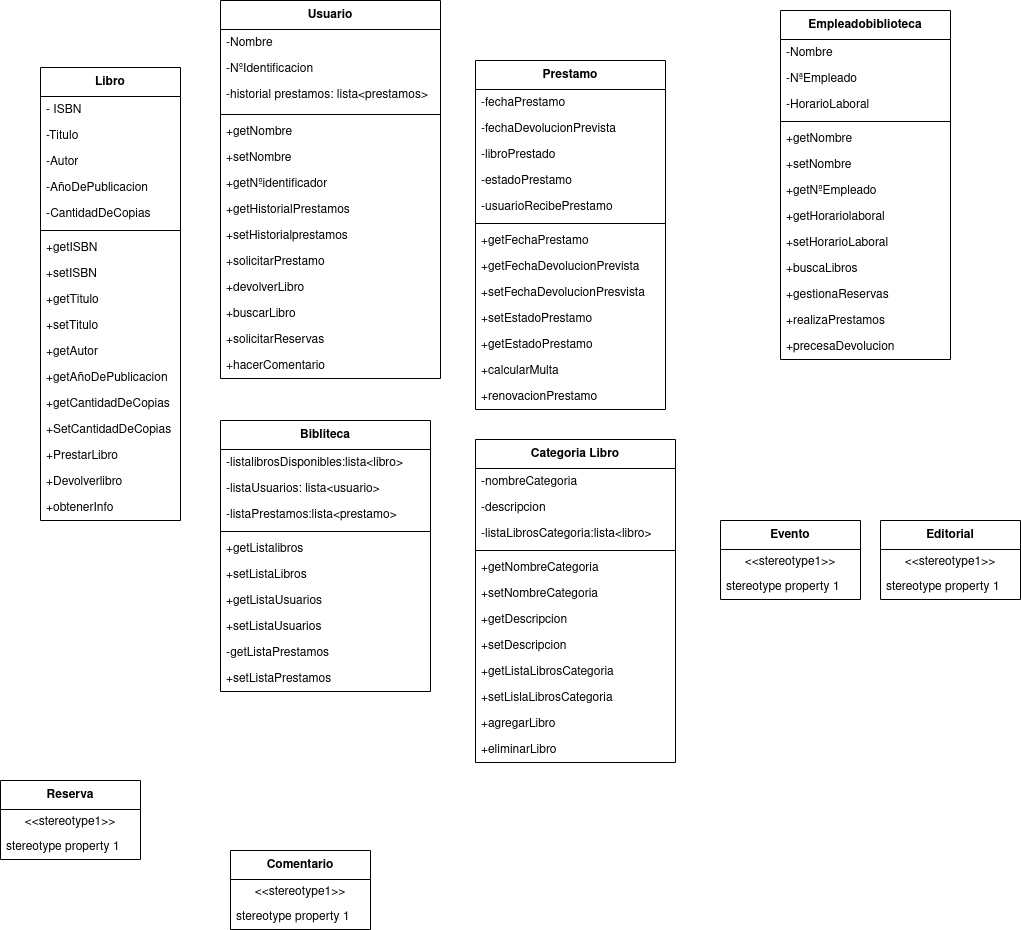
Earlier version of the draw.io export practicas/DiagramaDeClasesProyecto.png (adogonz23/programacion). Source tidied: cells renumbered, new cells last; positions are measured from the earlier drawing's top-left corner, leaving out a move shared by most shapes.
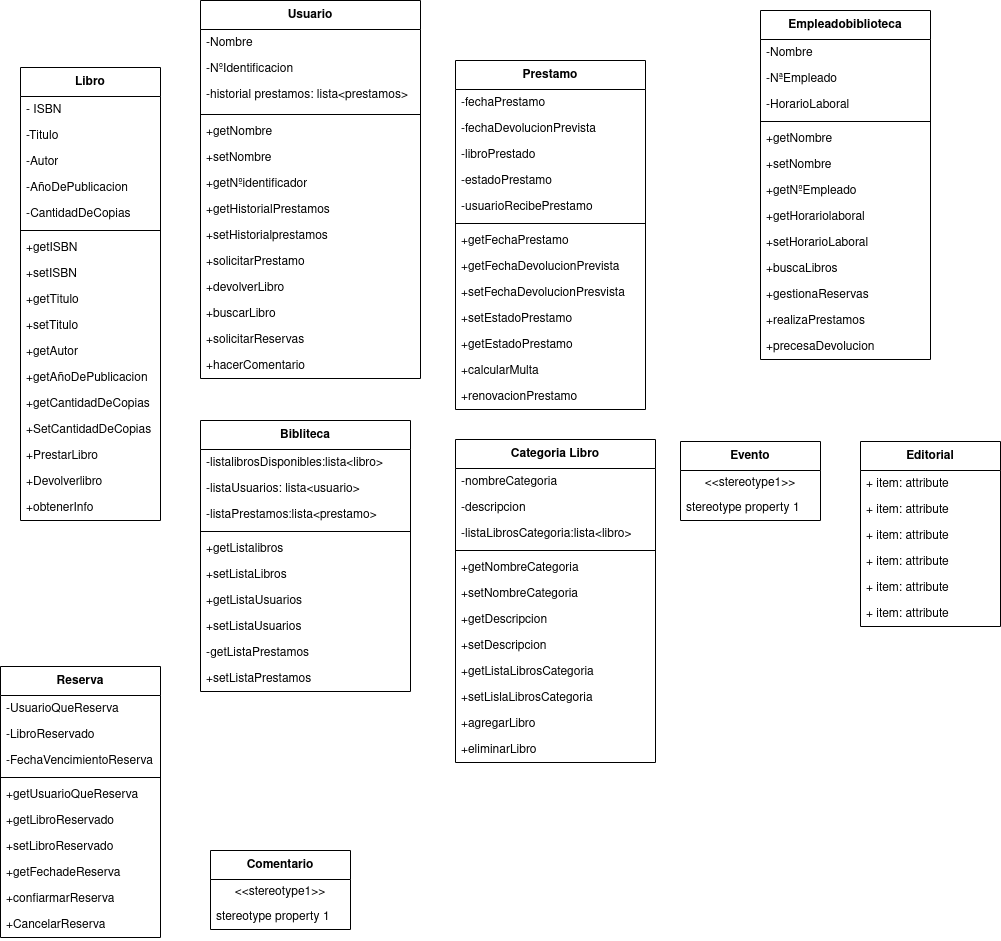
Later version of the same file.

The edit, as a diff of the source:
```diff
@@ -177,14 +177,38 @@
       <mxGeometry y="427" width="140" height="26" as="geometry" />
     </mxCell>
     <mxCell id="60" value="Reserva" style="swimlane;fontStyle=1;align=center;verticalAlign=middle;horizontal=1;startSize=29;html=1;whiteSpace=wrap;" parent="1" vertex="1">
-      <mxGeometry y="780" width="140" height="79" as="geometry" />
+      <mxGeometry x="20" y="666" width="160" height="271" as="geometry" />
     </mxCell>
-    <mxCell id="61" value="&amp;lt;&amp;lt;stereotype1&amp;gt;&amp;gt;" style="text;html=1;strokeColor=none;fillColor=none;align=center;verticalAlign=middle;spacingLeft=4;spacingRight=4;overflow=hidden;whiteSpace=wrap;" parent="60" vertex="1">
-      <mxGeometry y="29" width="140" height="25" as="geometry" />
-    </mxCell>
-    <mxCell id="62" value="stereotype property 1" style="text;html=1;strokeColor=none;fillColor=none;align=left;verticalAlign=middle;spacingLeft=4;spacingRight=4;overflow=hidden;whiteSpace=wrap;" parent="60" vertex="1">
-      <mxGeometry y="54" width="140" height="25" as="geometry" />
-    </mxCell>
+    <mxCell id="99" value="-UsuarioQueReserva" style="text;strokeColor=none;fillColor=none;align=left;verticalAlign=top;spacingLeft=4;spacingRight=4;overflow=hidden;whiteSpace=wrap;html=1;" parent="60" vertex="1">
+      <mxGeometry y="29" width="160" height="26" as="geometry" />
+    </mxCell>
+    <mxCell id="100" value="-LibroReservado" style="text;strokeColor=none;fillColor=none;align=left;verticalAlign=top;spacingLeft=4;spacingRight=4;overflow=hidden;whiteSpace=wrap;html=1;" parent="60" vertex="1">
+      <mxGeometry y="55" width="160" height="26" as="geometry" />
+    </mxCell>
+    <mxCell id="101" value="-FechaVencimientoReserva" style="text;strokeColor=none;fillColor=none;align=left;verticalAlign=top;spacingLeft=4;spacingRight=4;overflow=hidden;whiteSpace=wrap;html=1;" parent="60" vertex="1">
+      <mxGeometry y="81" width="160" height="26" as="geometry" />
+    </mxCell>
+    <mxCell id="102" style="line;strokeWidth=1;fillColor=none;align=left;verticalAlign=middle;spacingTop=-1;spacingLeft=3;spacingRight=3;labelPosition=right;strokeColor=inherit;" parent="60" vertex="1">
+      <mxGeometry y="107" width="160" height="8" as="geometry" />
+    </mxCell>
+    <mxCell id="103" value="+getUsuarioQueReserva" style="text;strokeColor=none;fillColor=none;align=left;verticalAlign=top;spacingLeft=4;spacingRight=4;overflow=hidden;whiteSpace=wrap;html=1;" parent="60" vertex="1">
+      <mxGeometry y="115" width="160" height="26" as="geometry" />
+    </mxCell>
+    <mxCell id="104" value="+getLibroReservado" style="text;strokeColor=none;fillColor=none;align=left;verticalAlign=top;spacingLeft=4;spacingRight=4;overflow=hidden;whiteSpace=wrap;html=1;" parent="60" vertex="1">
+      <mxGeometry y="141" width="160" height="26" as="geometry" />
+    </mxCell>
+    <mxCell id="105" value="+setLibroReservado" style="text;strokeColor=none;fillColor=none;align=left;verticalAlign=top;spacingLeft=4;spacingRight=4;overflow=hidden;whiteSpace=wrap;html=1;" parent="60" vertex="1">
+      <mxGeometry y="167" width="160" height="26" as="geometry" />
+    </mxCell>
+    <mxCell id="106" value="+getFechadeReserva" style="text;strokeColor=none;fillColor=none;align=left;verticalAlign=top;spacingLeft=4;spacingRight=4;overflow=hidden;whiteSpace=wrap;html=1;" parent="60" vertex="1">
+      <mxGeometry y="193" width="160" height="26" as="geometry" />
+    </mxCell>
+    <mxCell id="107" value="+confiarmarReserva" style="text;strokeColor=none;fillColor=none;align=left;verticalAlign=top;spacingLeft=4;spacingRight=4;overflow=hidden;whiteSpace=wrap;html=1;" parent="60" vertex="1">
+      <mxGeometry y="219" width="160" height="26" as="geometry" />
+    </mxCell>
+    <mxCell id="108" value="+CancelarReserva" style="text;strokeColor=none;fillColor=none;align=left;verticalAlign=top;spacingLeft=4;spacingRight=4;overflow=hidden;whiteSpace=wrap;html=1;" parent="60" vertex="1">
+      <mxGeometry y="245" width="160" height="26" as="geometry" />
+    </mxCell>
     <mxCell id="63" value="Comentario" style="swimlane;fontStyle=1;align=center;verticalAlign=middle;horizontal=1;startSize=29;html=1;whiteSpace=wrap;" parent="1" vertex="1">
       <mxGeometry x="230" y="850" width="140" height="79" as="geometry" />
     </mxCell>
@@ -195,7 +219,7 @@
       <mxGeometry y="54" width="140" height="25" as="geometry" />
     </mxCell>
     <mxCell id="66" value="Evento" style="swimlane;fontStyle=1;align=center;verticalAlign=middle;horizontal=1;startSize=29;html=1;whiteSpace=wrap;" parent="1" vertex="1">
-      <mxGeometry x="720" y="520" width="140" height="79" as="geometry" />
+      <mxGeometry x="700" y="441" width="140" height="79" as="geometry" />
     </mxCell>
     <mxCell id="67" value="&amp;lt;&amp;lt;stereotype1&amp;gt;&amp;gt;" style="text;html=1;strokeColor=none;fillColor=none;align=center;verticalAlign=middle;spacingLeft=4;spacingRight=4;overflow=hidden;whiteSpace=wrap;" parent="66" vertex="1">
       <mxGeometry y="29" width="140" height="25" as="geometry" />
@@ -204,14 +228,26 @@
       <mxGeometry y="54" width="140" height="25" as="geometry" />
     </mxCell>
     <mxCell id="69" value="Editorial" style="swimlane;fontStyle=1;align=center;verticalAlign=middle;horizontal=1;startSize=29;html=1;whiteSpace=wrap;" parent="1" vertex="1">
-      <mxGeometry x="880" y="520" width="140" height="79" as="geometry" />
+      <mxGeometry x="880" y="441" width="140" height="185" as="geometry" />
     </mxCell>
-    <mxCell id="70" value="&amp;lt;&amp;lt;stereotype1&amp;gt;&amp;gt;" style="text;html=1;strokeColor=none;fillColor=none;align=center;verticalAlign=middle;spacingLeft=4;spacingRight=4;overflow=hidden;whiteSpace=wrap;" parent="69" vertex="1">
-      <mxGeometry y="29" width="140" height="25" as="geometry" />
-    </mxCell>
-    <mxCell id="71" value="stereotype property 1" style="text;html=1;strokeColor=none;fillColor=none;align=left;verticalAlign=middle;spacingLeft=4;spacingRight=4;overflow=hidden;whiteSpace=wrap;" parent="69" vertex="1">
-      <mxGeometry y="54" width="140" height="25" as="geometry" />
-    </mxCell>
+    <mxCell id="109" value="+ item: attribute" style="text;strokeColor=none;fillColor=none;align=left;verticalAlign=top;spacingLeft=4;spacingRight=4;overflow=hidden;whiteSpace=wrap;html=1;" parent="69" vertex="1">
+      <mxGeometry y="29" width="140" height="26" as="geometry" />
+    </mxCell>
+    <mxCell id="110" value="+ item: attribute" style="text;strokeColor=none;fillColor=none;align=left;verticalAlign=top;spacingLeft=4;spacingRight=4;overflow=hidden;whiteSpace=wrap;html=1;" parent="69" vertex="1">
+      <mxGeometry y="55" width="140" height="26" as="geometry" />
+    </mxCell>
+    <mxCell id="111" value="+ item: attribute" style="text;strokeColor=none;fillColor=none;align=left;verticalAlign=top;spacingLeft=4;spacingRight=4;overflow=hidden;whiteSpace=wrap;html=1;" parent="69" vertex="1">
+      <mxGeometry y="81" width="140" height="26" as="geometry" />
+    </mxCell>
+    <mxCell id="112" value="+ item: attribute" style="text;strokeColor=none;fillColor=none;align=left;verticalAlign=top;spacingLeft=4;spacingRight=4;overflow=hidden;whiteSpace=wrap;html=1;" parent="69" vertex="1">
+      <mxGeometry y="107" width="140" height="26" as="geometry" />
+    </mxCell>
+    <mxCell id="113" value="+ item: attribute" style="text;strokeColor=none;fillColor=none;align=left;verticalAlign=top;spacingLeft=4;spacingRight=4;overflow=hidden;whiteSpace=wrap;html=1;" parent="69" vertex="1">
+      <mxGeometry y="133" width="140" height="26" as="geometry" />
+    </mxCell>
+    <mxCell id="114" value="+ item: attribute" style="text;strokeColor=none;fillColor=none;align=left;verticalAlign=top;spacingLeft=4;spacingRight=4;overflow=hidden;whiteSpace=wrap;html=1;" parent="69" vertex="1">
+      <mxGeometry y="159" width="140" height="26" as="geometry" />
+    </mxCell>
     <mxCell id="72" value="Empleadobiblioteca" style="swimlane;fontStyle=1;align=center;verticalAlign=middle;horizontal=1;startSize=29;html=1;whiteSpace=wrap;" parent="1" vertex="1">
       <mxGeometry x="780" y="10" width="170" height="349" as="geometry" />
     </mxCell>
```
